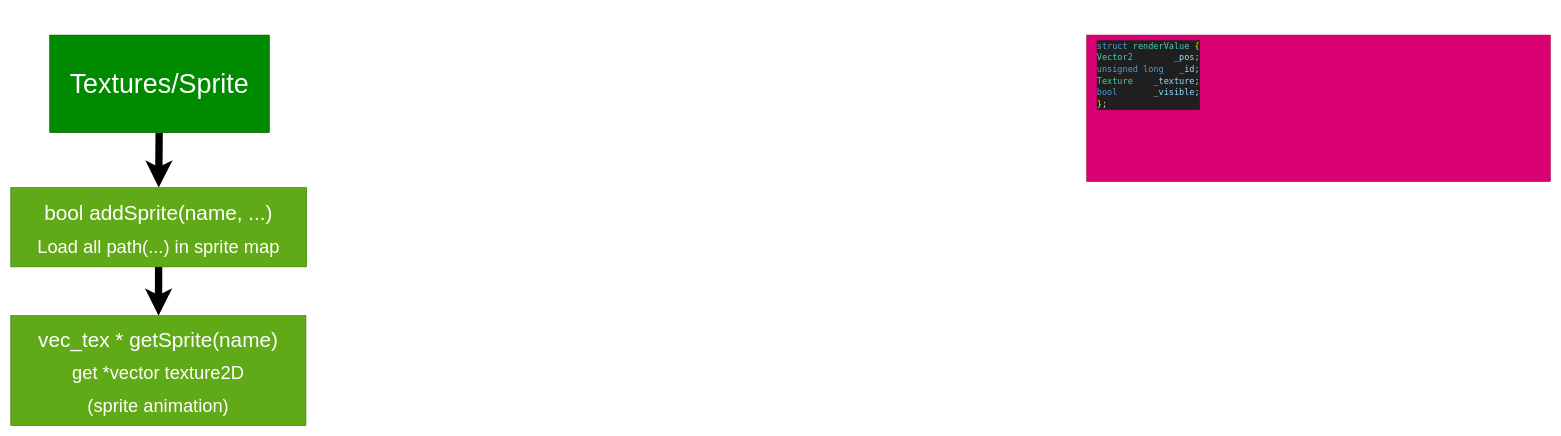
sm222/2DGameMaker keeps this draw.io diagram as note/plant.drawio. Above is the earlier version. Source tidied: cells renumbered, new cells numbered last; positions are measured from the earlier drawing's top-left corner, leaving out a move shared by most shapes. Both pictures are drawn from the tidied source at 61%, with x=0, y=0 at pixel (10, 10).
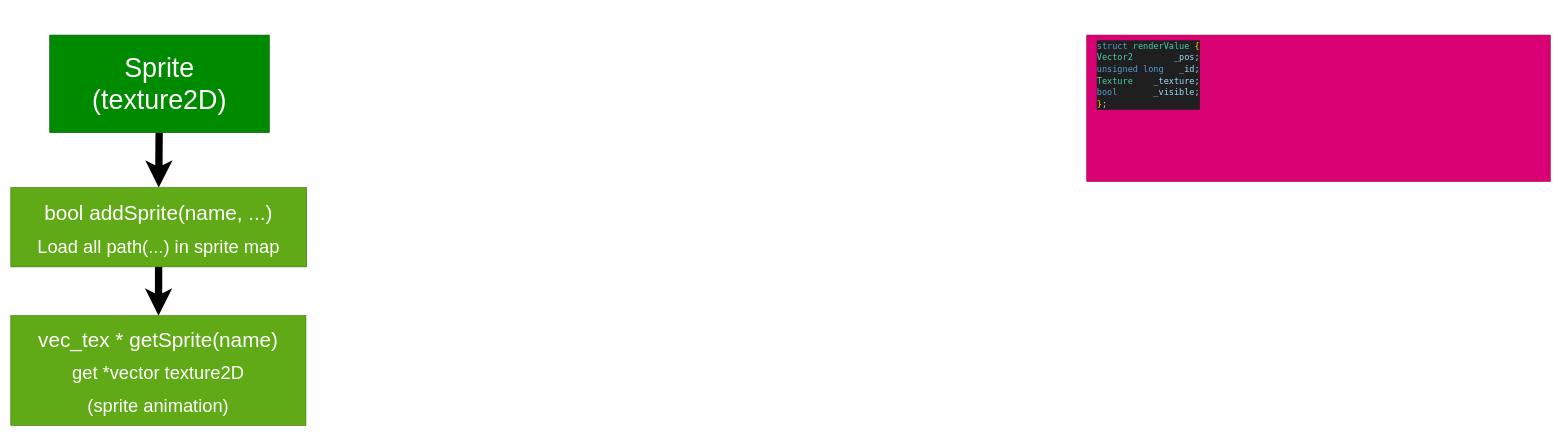
After the change.

What changed in the source:
```diff
@@
 <mxGraphModel>
   <root>
     <mxCell id="0" />
     <mxCell id="1" parent="0" />
     <mxCell id="2" style="whiteSpace=wrap;html=1;fillColor=#d80073;fontColor=#ffffff;strokeColor=#A50040;" parent="1" vertex="1">
       <mxGeometry x="1764" y="40" width="760" height="240" as="geometry" />
     </mxCell>
     <mxCell id="3" value="&lt;font style=&quot;font-size: 24px;&quot;&gt;struc and typedef&lt;/font&gt;" style="text;html=1;strokeColor=none;fillColor=none;align=center;verticalAlign=middle;whiteSpace=wrap;rounded=0;labelBackgroundColor=none;fontColor=#FFFFFF;" parent="1" vertex="1">
       <mxGeometry x="2034" width="230" height="30" as="geometry" />
     </mxCell>
     <mxCell id="4" value="&lt;div style=&quot;background-color: rgb(31, 31, 31); font-family: &amp;quot;Droid Sans Mono&amp;quot;, &amp;quot;monospace&amp;quot;, monospace; font-size: 14px; line-height: 19px;&quot;&gt;&lt;div style=&quot;&quot;&gt;&lt;span style=&quot;color: rgb(204, 204, 204);&quot;&gt;&lt;span style=&quot;color: #569cd6;&quot;&gt;struct&lt;/span&gt; &lt;span style=&quot;color: #4ec9b0;&quot;&gt;renderValue&lt;/span&gt; &lt;/span&gt;&lt;font color=&quot;#ffdd00&quot;&gt;{&lt;/font&gt;&lt;/div&gt;&lt;div style=&quot;&quot;&gt;    &lt;span style=&quot;color: rgb(78, 201, 176);&quot;&gt;Vector2&lt;/span&gt;&lt;font color=&quot;#cccccc&quot;&gt;&amp;nbsp; &amp;nbsp; &amp;nbsp; &amp;nbsp;&amp;nbsp;&lt;/font&gt;&lt;span style=&quot;color: rgb(156, 220, 254);&quot;&gt;_pos&lt;/span&gt;&lt;font color=&quot;#cccccc&quot;&gt;;&lt;/font&gt;&lt;/div&gt;&lt;div style=&quot;&quot;&gt;    &lt;span style=&quot;color: rgb(86, 156, 214);&quot;&gt;unsigned&lt;/span&gt; &lt;span style=&quot;color: rgb(86, 156, 214);&quot;&gt;long&lt;/span&gt;&lt;font color=&quot;#cccccc&quot;&gt;&amp;nbsp; &amp;nbsp;&lt;/font&gt;&lt;span style=&quot;color: rgb(156, 220, 254);&quot;&gt;_id&lt;/span&gt;&lt;font color=&quot;#cccccc&quot;&gt;;&lt;/font&gt;&lt;/div&gt;&lt;div style=&quot;&quot;&gt;&lt;span style=&quot;color: rgb(78, 201, 176);&quot;&gt;Texture&lt;/span&gt;&lt;font color=&quot;#cccccc&quot;&gt;&amp;nbsp; &amp;nbsp;&amp;nbsp;&lt;/font&gt;&lt;span style=&quot;color: rgb(156, 220, 254);&quot;&gt;_texture&lt;/span&gt;&lt;font color=&quot;#cccccc&quot;&gt;;&lt;/font&gt;&lt;/div&gt;&lt;div style=&quot;&quot;&gt;    &lt;span style=&quot;color: rgb(86, 156, 214);&quot;&gt;bool&lt;/span&gt;&lt;font color=&quot;#cccccc&quot;&gt;&amp;nbsp; &amp;nbsp; &amp;nbsp; &amp;nbsp;&lt;/font&gt;&lt;span style=&quot;color: rgb(156, 220, 254);&quot;&gt;_visible&lt;/span&gt;&lt;font color=&quot;#cccccc&quot;&gt;;&lt;/font&gt;&lt;/div&gt;&lt;div style=&quot;&quot;&gt;&lt;font color=&quot;#ffdd00&quot;&gt;}&lt;/font&gt;&lt;span style=&quot;color: rgb(204, 204, 204);&quot;&gt;;&lt;/span&gt;&lt;/div&gt;&lt;/div&gt;" style="text;html=1;align=left;verticalAlign=middle;strokeColor=none;fillColor=none;fontSize=24;fontColor=#FFFFFF;" parent="1" vertex="1">
       <mxGeometry x="1779" y="40" width="190" height="130" as="geometry" />
     </mxCell>
     <mxCell id="5" style="edgeStyle=none;html=1;entryX=0.5;entryY=0;entryDx=0;entryDy=0;fontSize=34;strokeWidth=12;" parent="1" edge="1" source="6" target="8">
       <mxGeometry relative="1" as="geometry" />
     </mxCell>
-    <mxCell id="6" value="&lt;div style=&quot;&quot;&gt;&lt;span style=&quot;font-size: 44px;&quot;&gt;Textures/Sprite&lt;/span&gt;&lt;/div&gt;" style="whiteSpace=wrap;html=1;fillColor=#008a00;fontColor=#ffffff;strokeColor=#005700;align=center;" parent="1" vertex="1">
+    <mxCell id="6" value="&lt;div style=&quot;&quot;&gt;&lt;span style=&quot;font-size: 44px;&quot;&gt;Sprite&lt;br&gt;(texture2D)&lt;/span&gt;&lt;/div&gt;" style="whiteSpace=wrap;html=1;fillColor=#008a00;fontColor=#ffffff;strokeColor=#005700;align=center;" parent="1" vertex="1">
       <mxGeometry x="64" y="40" width="360" height="160" as="geometry" />
     </mxCell>
     <mxCell id="7" style="edgeStyle=none;html=1;strokeWidth=12;fontSize=30;" parent="1" edge="1" source="8" target="9">
       <mxGeometry relative="1" as="geometry" />
     </mxCell>
     <mxCell id="8" value="&lt;span style=&quot;font-size: 34px;&quot;&gt;bool addSprite(name, ...)&lt;/span&gt;&lt;br&gt;&lt;font style=&quot;font-size: 30px;&quot;&gt;Load all path(...) in sprite map&lt;/font&gt;" style="whiteSpace=wrap;html=1;fontSize=44;fillColor=#60a917;fontColor=#ffffff;strokeColor=#2D7600;" parent="1" vertex="1">
       <mxGeometry x="0.2" y="290" width="485" height="130" as="geometry" />
     </mxCell>
     <mxCell id="9" value="&lt;span style=&quot;font-size: 34px;&quot;&gt;vec_tex * getSprite(name)&lt;/span&gt;&lt;br&gt;&lt;span style=&quot;font-size: 30px;&quot;&gt;get *vector texture2D &lt;br&gt;(sprite animation)&lt;/span&gt;" style="whiteSpace=wrap;html=1;fontSize=44;fillColor=#60a917;fontColor=#ffffff;strokeColor=#2D7600;" parent="1" vertex="1">
       <mxGeometry x="0.2" y="500" width="483.8" height="180" as="geometry" />
     </mxCell>
   </root>
 </mxGraphModel>
```
